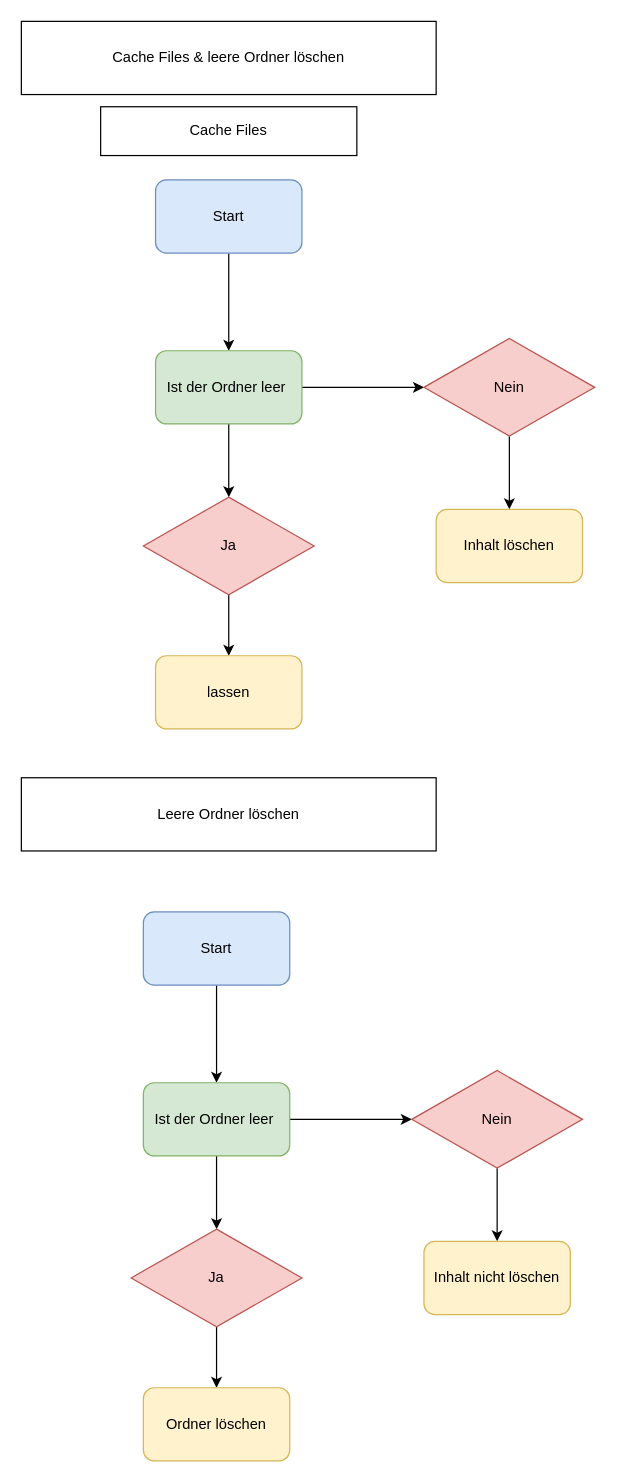
godbeeruss/M122-delete-cache-and-files-powershell keeps this draw.io diagram as Flussdiagramm/flussdiagramm.drawio. Above is the earlier version. Source tidied: cells renumbered, new cells numbered last; positions are measured from the earlier drawing's top-left corner, leaving out a move shared by most shapes. Both pictures are drawn from the tidied source at 122%, with x=0, y=0 at pixel (21, 21).
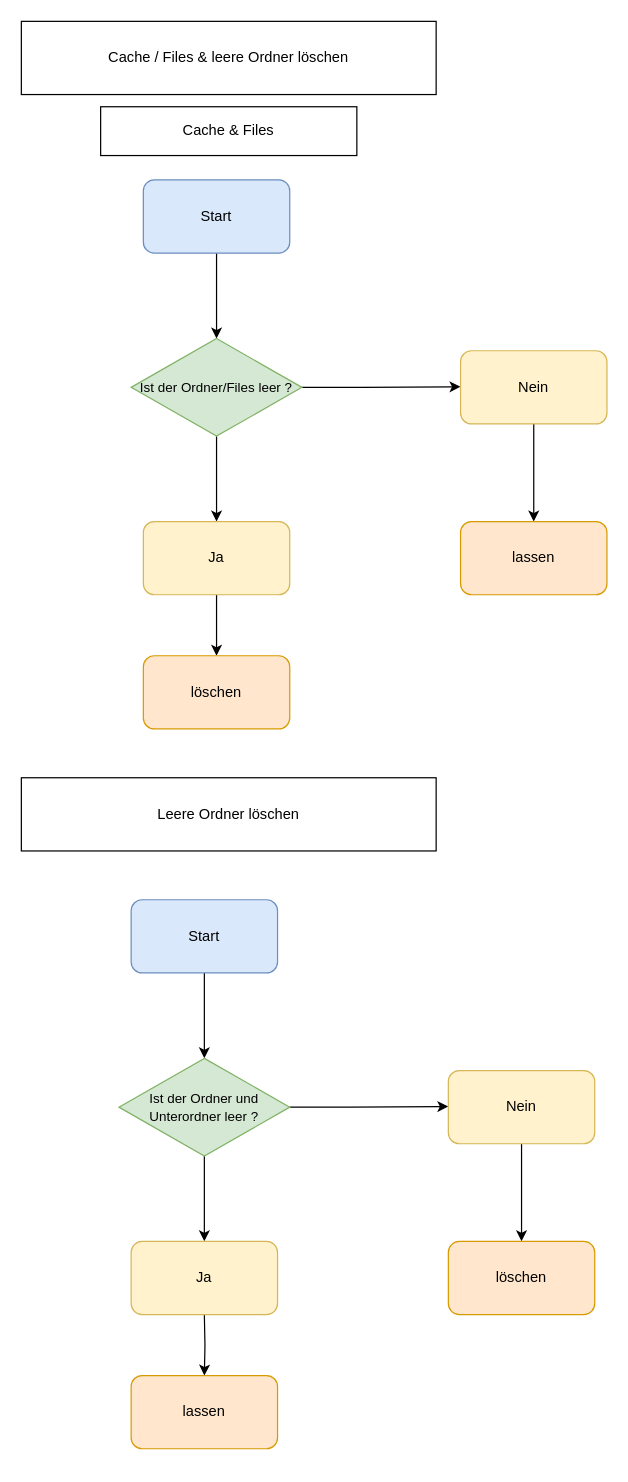
The same diagram, later.

Diff of the diagram source:
```diff
@@
-    <mxCell id="2" style="edgeStyle=orthogonalEdgeStyle;rounded=0;jettySize=auto;html=1;" parent="1" edge="1" source="3" target="6">
+    <mxCell id="2" style="edgeStyle=orthogonalEdgeStyle;rounded=0;jettySize=auto;html=1;entryX=0.5;entryY=0;entryDx=0;entryDy=0;" parent="1" edge="1" source="3" target="11">
       <mxGeometry relative="1" as="geometry" />
     </mxCell>
     <mxCell id="3" value="&lt;font color=&quot;#000000&quot;&gt;Start&lt;/font&gt;" style="rounded=1;whiteSpace=wrap;html=1;fillColor=#dae8fc;strokeColor=#6c8ebf;" parent="1" vertex="1">
-      <mxGeometry x="110" y="130" width="120" height="60" as="geometry" />
+      <mxGeometry x="100" y="130" width="120" height="60" as="geometry" />
     </mxCell>
-    <mxCell id="4" style="edgeStyle=orthogonalEdgeStyle;rounded=0;jettySize=auto;html=1;" parent="1" edge="1" source="6" target="11">
-      <mxGeometry relative="1" as="geometry" />
-    </mxCell>
-    <mxCell id="5" style="edgeStyle=orthogonalEdgeStyle;rounded=0;jettySize=auto;html=1;" parent="1" edge="1" source="6" target="9">
-      <mxGeometry relative="1" as="geometry" />
-    </mxCell>
-    <mxCell id="6" value="&lt;font color=&quot;#000000&quot;&gt;Ist der Ordner leer&amp;nbsp;&lt;/font&gt;" style="rounded=1;whiteSpace=wrap;html=1;fillColor=#d5e8d4;strokeColor=#82b366;" parent="1" vertex="1">
-      <mxGeometry x="110" y="270" width="120" height="60" as="geometry" />
-    </mxCell>
+    <mxCell id="27" style="edgeStyle=orthogonalEdgeStyle;rounded=0;jettySize=auto;html=1;exitX=1;exitY=0.5;exitDx=0;exitDy=0;" parent="1" edge="1" source="11">
+      <mxGeometry relative="1" as="geometry">
+        <mxPoint x="360" y="299.5" as="targetPoint" />
+        <Array as="points">
+          <mxPoint x="280" y="300" />
+        </Array>
+      </mxGeometry>
+    </mxCell>
-    <mxCell id="7" value="&lt;span&gt;Cache Files &amp;amp; leere Ordner löschen&lt;/span&gt;" style="rounded=0;whiteSpace=wrap;html=1;" parent="1" vertex="1">
+    <mxCell id="7" value="&lt;span&gt;Cache / Files &amp;amp; leere Ordner löschen&lt;/span&gt;" style="rounded=0;whiteSpace=wrap;html=1;" parent="1" vertex="1">
       <mxGeometry width="340" height="60" as="geometry" />
     </mxCell>
-    <mxCell id="8" style="edgeStyle=orthogonalEdgeStyle;rounded=0;jettySize=auto;html=1;" parent="1" edge="1" source="9" target="13">
-      <mxGeometry relative="1" as="geometry" />
+    <mxCell id="8" style="edgeStyle=orthogonalEdgeStyle;rounded=0;orthogonalLoop=1;jettySize=auto;html=1;" parent="1" edge="1">
+      <mxGeometry relative="1" as="geometry">
+        <mxPoint x="160" y="470" as="sourcePoint" />
+        <mxPoint x="160" y="520" as="targetPoint" />
+      </mxGeometry>
     </mxCell>
-    <mxCell id="9" value="&lt;font color=&quot;#000000&quot;&gt;Ja&lt;/font&gt;" style="rhombus;whiteSpace=wrap;html=1;fillColor=#f8cecc;strokeColor=#b85450;" parent="1" vertex="1">
-      <mxGeometry x="100" y="390" width="140" height="80" as="geometry" />
-    </mxCell>
-    <mxCell id="10" style="edgeStyle=orthogonalEdgeStyle;rounded=0;jettySize=auto;html=1;entryX=0.5;entryY=0;entryDx=0;entryDy=0;" parent="1" edge="1" source="11" target="12">
-      <mxGeometry relative="1" as="geometry" />
-    </mxCell>
+    <mxCell id="28" style="edgeStyle=orthogonalEdgeStyle;rounded=0;jettySize=auto;html=1;" parent="1" edge="1" source="11" target="30">
+      <mxGeometry relative="1" as="geometry" />
+    </mxCell>
-    <mxCell id="11" value="&lt;font color=&quot;#000000&quot;&gt;Nein&lt;/font&gt;" style="rhombus;whiteSpace=wrap;html=1;fillColor=#f8cecc;strokeColor=#b85450;" parent="1" vertex="1">
-      <mxGeometry x="330" y="260" width="140" height="80" as="geometry" />
+    <mxCell id="11" value="&lt;font style=&quot;font-size: 11px&quot;&gt;Ist der Ordner/Files leer ?&lt;/font&gt;" style="rhombus;whiteSpace=wrap;html=1;fillColor=#d5e8d4;strokeColor=#82b366;" parent="1" vertex="1">
+      <mxGeometry x="90" y="260" width="140" height="80" as="geometry" />
     </mxCell>
+    <mxCell id="29" style="edgeStyle=orthogonalEdgeStyle;rounded=0;jettySize=auto;html=1;entryX=0.5;entryY=0;entryDx=0;entryDy=0;" parent="1" edge="1" source="12" target="31">
+      <mxGeometry relative="1" as="geometry" />
+    </mxCell>
-    <mxCell id="12" value="&lt;font color=&quot;#000000&quot;&gt;Inhalt löschen&lt;/font&gt;" style="rounded=1;whiteSpace=wrap;html=1;fillColor=#fff2cc;strokeColor=#d6b656;" parent="1" vertex="1">
-      <mxGeometry x="340" y="400" width="120" height="60" as="geometry" />
+    <mxCell id="12" value="&lt;font color=&quot;#000000&quot;&gt;Nein&lt;/font&gt;" style="rounded=1;whiteSpace=wrap;html=1;fillColor=#fff2cc;strokeColor=#d6b656;" parent="1" vertex="1">
+      <mxGeometry x="360" y="270" width="120" height="60" as="geometry" />
     </mxCell>
-    <mxCell id="13" value="&lt;font color=&quot;#000000&quot;&gt;lassen&lt;/font&gt;" style="rounded=1;whiteSpace=wrap;html=1;fillColor=#fff2cc;strokeColor=#d6b656;" parent="1" vertex="1">
-      <mxGeometry x="110" y="520" width="120" height="60" as="geometry" />
+    <mxCell id="13" value="&lt;font color=&quot;#000000&quot;&gt;löschen&lt;/font&gt;" style="rounded=1;whiteSpace=wrap;html=1;fillColor=#ffe6cc;strokeColor=#d79b00;" parent="1" vertex="1">
+      <mxGeometry x="100" y="520" width="120" height="60" as="geometry" />
     </mxCell>
-    <mxCell id="14" value="&lt;span&gt;Cache Files&lt;/span&gt;" style="rounded=0;whiteSpace=wrap;html=1;" parent="1" vertex="1">
+    <mxCell id="14" value="&lt;span&gt;Cache &amp;amp; Files&lt;/span&gt;" style="rounded=0;whiteSpace=wrap;html=1;" parent="1" vertex="1">
       <mxGeometry x="65" y="70" width="210" height="40" as="geometry" />
     </mxCell>
@@
-    <mxCell id="16" style="edgeStyle=orthogonalEdgeStyle;rounded=0;jettySize=auto;html=1;" parent="1" edge="1" source="17" target="20">
-      <mxGeometry relative="1" as="geometry" />
-    </mxCell>
+    <mxCell id="30" value="&lt;font color=&quot;#000000&quot;&gt;Ja&lt;/font&gt;" style="rounded=1;whiteSpace=wrap;html=1;fillColor=#fff2cc;strokeColor=#d6b656;" parent="1" vertex="1">
+      <mxGeometry x="100" y="410" width="120" height="60" as="geometry" />
+    </mxCell>
+    <mxCell id="31" value="&lt;font color=&quot;#000000&quot;&gt;lassen&lt;/font&gt;" style="rounded=1;whiteSpace=wrap;html=1;fillColor=#ffe6cc;strokeColor=#d79b00;" parent="1" vertex="1">
+      <mxGeometry x="360" y="410" width="120" height="60" as="geometry" />
+    </mxCell>
+    <mxCell id="32" style="edgeStyle=orthogonalEdgeStyle;rounded=0;jettySize=auto;html=1;entryX=0.5;entryY=0;entryDx=0;entryDy=0;" parent="1" edge="1" source="17" target="36">
+      <mxGeometry relative="1" as="geometry" />
+    </mxCell>
     <mxCell id="17" value="&lt;font color=&quot;#000000&quot;&gt;Start&lt;/font&gt;" style="rounded=1;whiteSpace=wrap;html=1;fillColor=#dae8fc;strokeColor=#6c8ebf;" parent="1" vertex="1">
-      <mxGeometry x="100" y="730" width="120" height="60" as="geometry" />
+      <mxGeometry x="90" y="720" width="120" height="60" as="geometry" />
     </mxCell>
-    <mxCell id="18" style="edgeStyle=orthogonalEdgeStyle;rounded=0;jettySize=auto;html=1;" parent="1" edge="1" source="20" target="24">
-      <mxGeometry relative="1" as="geometry" />
-    </mxCell>
-    <mxCell id="19" style="edgeStyle=orthogonalEdgeStyle;rounded=0;jettySize=auto;html=1;" parent="1" edge="1" source="20" target="22">
-      <mxGeometry relative="1" as="geometry" />
-    </mxCell>
-    <mxCell id="20" value="&lt;font color=&quot;#000000&quot;&gt;Ist der Ordner leer&amp;nbsp;&lt;/font&gt;" style="rounded=1;whiteSpace=wrap;html=1;fillColor=#d5e8d4;strokeColor=#82b366;" parent="1" vertex="1">
-      <mxGeometry x="100" y="870" width="120" height="60" as="geometry" />
-    </mxCell>
-    <mxCell id="21" style="edgeStyle=orthogonalEdgeStyle;rounded=0;jettySize=auto;html=1;" parent="1" edge="1" source="22" target="26">
-      <mxGeometry relative="1" as="geometry" />
-    </mxCell>
-    <mxCell id="22" value="&lt;font color=&quot;#000000&quot;&gt;Ja&lt;/font&gt;" style="rhombus;whiteSpace=wrap;html=1;fillColor=#f8cecc;strokeColor=#b85450;" parent="1" vertex="1">
-      <mxGeometry x="90" y="990" width="140" height="80" as="geometry" />
-    </mxCell>
-    <mxCell id="23" style="edgeStyle=orthogonalEdgeStyle;rounded=0;jettySize=auto;html=1;entryX=0.5;entryY=0;entryDx=0;entryDy=0;" parent="1" edge="1" source="24" target="25">
-      <mxGeometry relative="1" as="geometry" />
-    </mxCell>
+    <mxCell id="33" style="edgeStyle=orthogonalEdgeStyle;rounded=0;jettySize=auto;html=1;exitX=1;exitY=0.5;exitDx=0;exitDy=0;" parent="1" edge="1" source="36">
+      <mxGeometry relative="1" as="geometry">
+        <mxPoint x="350" y="889.5" as="targetPoint" />
+        <Array as="points">
+          <mxPoint x="270" y="890" />
+        </Array>
+      </mxGeometry>
+    </mxCell>
+    <mxCell id="34" style="edgeStyle=orthogonalEdgeStyle;rounded=0;jettySize=auto;html=1;" parent="1" edge="1" target="38">
+      <mxGeometry relative="1" as="geometry">
+        <mxPoint x="150" y="1060" as="sourcePoint" />
+      </mxGeometry>
+    </mxCell>
+    <mxCell id="35" style="edgeStyle=orthogonalEdgeStyle;rounded=0;jettySize=auto;html=1;" parent="1" edge="1" source="36" target="39">
+      <mxGeometry relative="1" as="geometry" />
+    </mxCell>
+    <mxCell id="36" value="&lt;font style=&quot;font-size: 11px&quot;&gt;Ist der Ordner und Unterordner leer ?&lt;/font&gt;" style="rhombus;whiteSpace=wrap;html=1;fillColor=#d5e8d4;strokeColor=#82b366;" parent="1" vertex="1">
+      <mxGeometry x="80" y="850" width="140" height="80" as="geometry" />
+    </mxCell>
+    <mxCell id="37" style="edgeStyle=orthogonalEdgeStyle;rounded=0;jettySize=auto;html=1;entryX=0.5;entryY=0;entryDx=0;entryDy=0;" parent="1" edge="1" source="24" target="40">
+      <mxGeometry relative="1" as="geometry" />
+    </mxCell>
-    <mxCell id="24" value="&lt;font color=&quot;#000000&quot;&gt;Nein&lt;/font&gt;" style="rhombus;whiteSpace=wrap;html=1;fillColor=#f8cecc;strokeColor=#b85450;" parent="1" vertex="1">
-      <mxGeometry x="320" y="860" width="140" height="80" as="geometry" />
+    <mxCell id="24" value="&lt;font color=&quot;#000000&quot;&gt;Nein&lt;/font&gt;" style="rounded=1;whiteSpace=wrap;html=1;fillColor=#fff2cc;strokeColor=#d6b656;" parent="1" vertex="1">
+      <mxGeometry x="350" y="860" width="120" height="60" as="geometry" />
     </mxCell>
-    <mxCell id="25" value="&lt;font color=&quot;#000000&quot;&gt;Inhalt nicht löschen&lt;/font&gt;" style="rounded=1;whiteSpace=wrap;html=1;fillColor=#fff2cc;strokeColor=#d6b656;" parent="1" vertex="1">
-      <mxGeometry x="330" y="1000" width="120" height="60" as="geometry" />
-    </mxCell>
-    <mxCell id="26" value="&lt;font color=&quot;#000000&quot;&gt;Ordner löschen&lt;/font&gt;" style="rounded=1;whiteSpace=wrap;html=1;fillColor=#fff2cc;strokeColor=#d6b656;" parent="1" vertex="1">
-      <mxGeometry x="100" y="1120" width="120" height="60" as="geometry" />
-    </mxCell>
+    <mxCell id="38" value="&lt;font color=&quot;#000000&quot;&gt;lassen&lt;/font&gt;" style="rounded=1;whiteSpace=wrap;html=1;fillColor=#ffe6cc;strokeColor=#d79b00;" parent="1" vertex="1">
+      <mxGeometry x="90" y="1110" width="120" height="60" as="geometry" />
+    </mxCell>
+    <mxCell id="39" value="&lt;font color=&quot;#000000&quot;&gt;Ja&lt;/font&gt;" style="rounded=1;whiteSpace=wrap;html=1;fillColor=#fff2cc;strokeColor=#d6b656;" parent="1" vertex="1">
+      <mxGeometry x="90" y="1000" width="120" height="60" as="geometry" />
+    </mxCell>
+    <mxCell id="40" value="&lt;font color=&quot;#000000&quot;&gt;löschen&lt;/font&gt;" style="rounded=1;whiteSpace=wrap;html=1;fillColor=#ffe6cc;strokeColor=#d79b00;" parent="1" vertex="1">
+      <mxGeometry x="350" y="1000" width="120" height="60" as="geometry" />
+    </mxCell>
```
